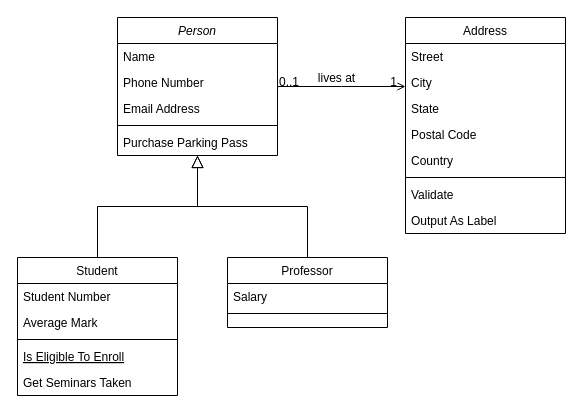
The draw.io diagram Untitled Diagram.drawio in chadashu/playground, before the edit. Source tidied: cells renumbered, new cells numbered last; positions are measured from the earlier drawing's top-left corner, leaving out a move shared by most shapes. Both pictures are drawn from the tidied source at 100%, with x=0, y=0 at pixel (17, 17).
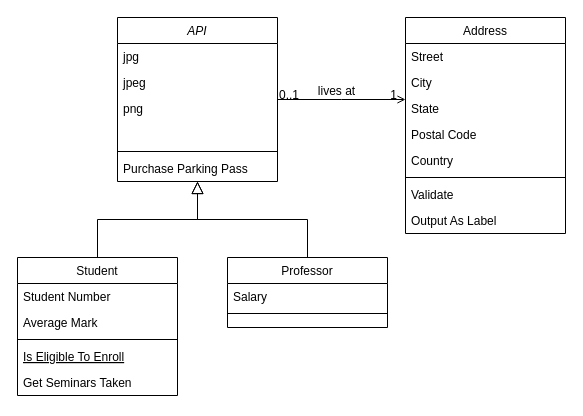
The same page after the edit.

Diff of the diagram source:
```diff
@@
-    <mxCell id="2" value="Person" style="swimlane;fontStyle=2;align=center;verticalAlign=top;horizontal=1;startSize=26;rounded=0;shadow=0;strokeWidth=1;" parent="1" vertex="1">
-      <mxGeometry x="100" width="160" height="138" as="geometry" />
+    <mxCell id="2" value="API" style="swimlane;fontStyle=2;align=center;verticalAlign=top;horizontal=1;startSize=26;rounded=0;shadow=0;strokeWidth=1;" parent="1" vertex="1">
+      <mxGeometry x="100" width="160" height="164" as="geometry" />
     </mxCell>
-    <mxCell id="3" value="Name" style="text;align=left;verticalAlign=top;spacingLeft=4;spacingRight=4;overflow=hidden;" parent="2" vertex="1">
+    <mxCell id="3" value="jpg" style="text;align=left;verticalAlign=top;spacingLeft=4;spacingRight=4;overflow=hidden;" parent="2" vertex="1">
       <mxGeometry y="26" width="160" height="26" as="geometry" />
     </mxCell>
-    <mxCell id="4" value="Phone Number" style="text;align=left;verticalAlign=top;spacingLeft=4;spacingRight=4;overflow=hidden;rounded=0;shadow=0;html=0;" parent="2" vertex="1">
+    <mxCell id="4" value="jpeg" style="text;align=left;verticalAlign=top;spacingLeft=4;spacingRight=4;overflow=hidden;rounded=0;shadow=0;html=0;" parent="2" vertex="1">
       <mxGeometry y="52" width="160" height="26" as="geometry" />
     </mxCell>
-    <mxCell id="5" value="Email Address" style="text;align=left;verticalAlign=top;spacingLeft=4;spacingRight=4;overflow=hidden;rounded=0;shadow=0;html=0;" parent="2" vertex="1">
+    <mxCell id="5" value="png" style="text;align=left;verticalAlign=top;spacingLeft=4;spacingRight=4;overflow=hidden;rounded=0;shadow=0;html=0;" parent="2" vertex="1">
       <mxGeometry y="78" width="160" height="26" as="geometry" />
     </mxCell>
+    <mxCell id="32" style="text;align=left;verticalAlign=top;spacingLeft=4;spacingRight=4;overflow=hidden;rounded=0;shadow=0;html=0;" parent="2" vertex="1">
+      <mxGeometry y="104" width="160" height="26" as="geometry" />
+    </mxCell>
     <mxCell id="6" style="line;html=1;strokeWidth=1;align=left;verticalAlign=middle;spacingTop=-1;spacingLeft=3;spacingRight=3;labelPosition=right;" parent="2" vertex="1">
-      <mxGeometry y="104" width="160" height="8" as="geometry" />
+      <mxGeometry y="130" width="160" height="8" as="geometry" />
     </mxCell>
     <mxCell id="7" value="Purchase Parking Pass" style="text;align=left;verticalAlign=top;spacingLeft=4;spacingRight=4;overflow=hidden;" parent="2" vertex="1">
-      <mxGeometry y="112" width="160" height="26" as="geometry" />
+      <mxGeometry y="138" width="160" height="26" as="geometry" />
     </mxCell>
```
